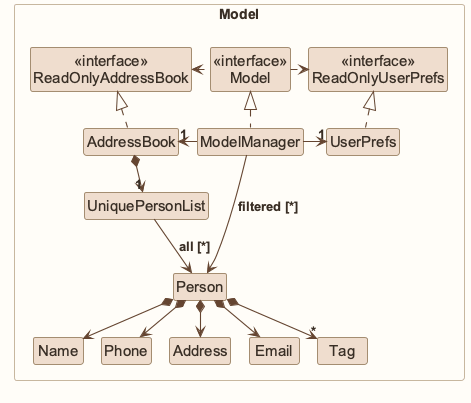
Above: docs/images/ModelClassDiagram.png in AY2627S1-CS2103T-W12-1/tp (PlantUML), before the change. Its diagram source:
```plantuml
@startuml
!pragma layout smetana
!include style.puml
skinparam arrowThickness 1.1
skinparam arrowColor MODEL_COLOR_T4
skinparam classBackgroundColor MODEL_COLOR

Package Model as ModelPackage <<Rectangle>>{
Class "<<interface>>\nReadOnlyAddressBook" as ReadOnlyAddressBook
Class "<<interface>>\nReadOnlyUserPrefs" as ReadOnlyUserPrefs
Class "<<interface>>\nModel" as Model
Class AddressBook
Class ModelManager
Class UserPrefs

Class UniquePersonList
Class Person
Class Address
Class Email
Class Name
Class Phone
Class Tag

}


AddressBook .up.|> ReadOnlyAddressBook

ModelManager .up.|> Model
Model .right.> ReadOnlyUserPrefs
Model .left.> ReadOnlyAddressBook
ModelManager -left-> "1" AddressBook
ModelManager -right-> "1" UserPrefs
UserPrefs .up.|> ReadOnlyUserPrefs

AddressBook *--> "1" UniquePersonList
UniquePersonList --> Person : all [*]
Person *--> Name
Person *--> Phone
Person *--> Email
Person *--> Address
Person *--> "*" Tag


Name -[hidden]right-> Phone
Phone -[hidden]right-> Address
Address -[hidden]right-> Email

ModelManager --> Person : filtered [*]
@enduml
```
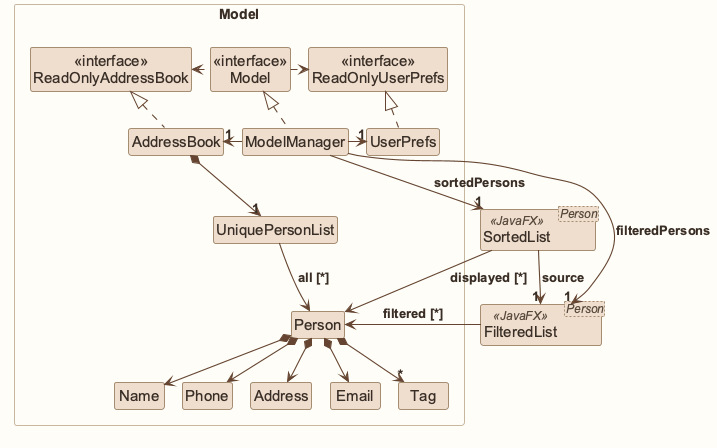
After the commit.

Change to the diagram source:
```diff
@@ -23,6 +23,9 @@
 
 }
 
+Class "FilteredList<Person>" as FilteredPersonList <<JavaFX>>
+Class "SortedList<Person>" as SortedPersonList <<JavaFX>>
+
 
 AddressBook .up.|> ReadOnlyAddressBook
 
@@ -46,5 +49,9 @@
 Phone -[hidden]right-> Address
 Address -[hidden]right-> Email
 
-ModelManager --> Person : filtered [*]
+ModelManager --> "1" FilteredPersonList : filteredPersons
+ModelManager --> "1" SortedPersonList : sortedPersons
+SortedPersonList --> "1" FilteredPersonList : source
+FilteredPersonList --> Person : filtered [*]
+SortedPersonList --> Person : displayed [*]
 @enduml
```
